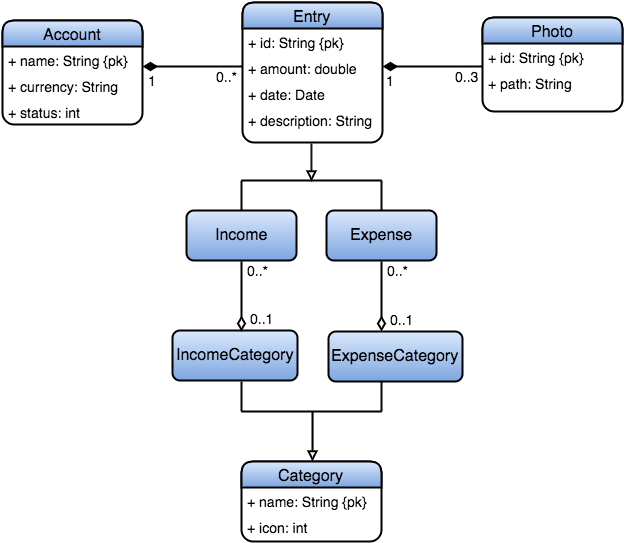
Before: imagenes/class_diagram_mobile.png, a diagram exported from draw.io (susana1710/libro-pasantia). Source tidied: cells renumbered, new cells last; positions are measured from the earlier drawing's top-left corner, leaving out a move shared by most shapes.
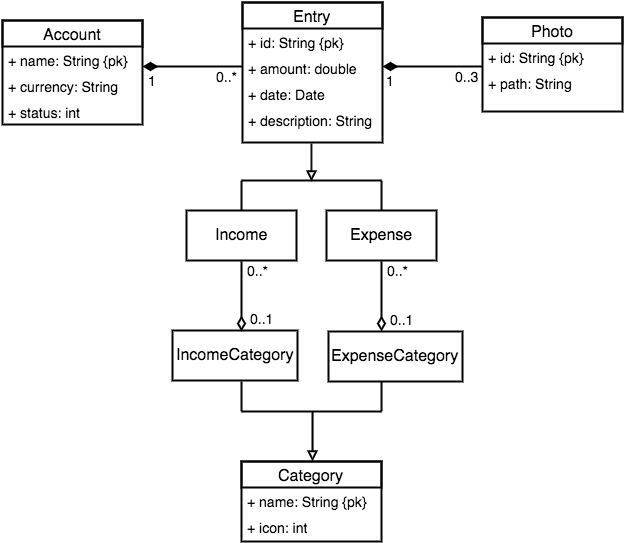
The same diagram one commit later.

Change to the diagram source:
```diff
@@ -2,7 +2,7 @@
   <root>
     <mxCell id="0" />
     <mxCell id="1" parent="0" />
-    <mxCell id="2" value="&lt;font style=&quot;font-size: 16px&quot;&gt;Account&lt;/font&gt;" style="swimlane;html=1;fontStyle=0;horizontal=1;startSize=26;swimlaneFillColor=#ffffff;rounded=1;strokeWidth=2;plain-blue;strokeColor=#000000;" parent="1" vertex="1">
+    <mxCell id="2" value="&lt;font style=&quot;font-size: 16px&quot;&gt;Account&lt;/font&gt;" style="swimlane;html=1;fontStyle=0;horizontal=1;startSize=26;swimlaneFillColor=#ffffff;rounded=0;strokeWidth=2;plain-blue;strokeColor=#000000;fillColor=none;" parent="1" vertex="1">
       <mxGeometry y="18" width="140" height="104" as="geometry" />
     </mxCell>
     <mxCell id="3" value="&lt;font style=&quot;font-size: 14px&quot;&gt;+ name: String {pk}&lt;/font&gt;" style="text;html=1;strokeColor=none;fillColor=none;align=left;verticalAlign=top;spacingLeft=4;spacingRight=4;whiteSpace=wrap;overflow=hidden;" parent="2" vertex="1">
@@ -14,7 +14,7 @@
     <mxCell id="5" value="&lt;font style=&quot;font-size: 14px&quot;&gt;+ status: int&lt;/font&gt;" style="text;html=1;strokeColor=none;fillColor=none;align=left;verticalAlign=top;spacingLeft=4;spacingRight=4;whiteSpace=wrap;overflow=hidden;" parent="2" vertex="1">
       <mxGeometry y="78" width="140" height="26" as="geometry" />
     </mxCell>
-    <mxCell id="6" value="&lt;font style=&quot;font-size: 16px&quot;&gt;Entry&lt;/font&gt;" style="swimlane;html=1;fontStyle=0;horizontal=1;startSize=26;swimlaneFillColor=#ffffff;rounded=1;strokeWidth=2;plain-blue;strokeColor=#000000;" parent="1" vertex="1">
+    <mxCell id="6" value="&lt;font style=&quot;font-size: 16px&quot;&gt;Entry&lt;/font&gt;" style="swimlane;html=1;fontStyle=0;horizontal=1;startSize=26;swimlaneFillColor=#ffffff;rounded=0;strokeWidth=2;plain-blue;strokeColor=#000000;fillColor=none;" parent="1" vertex="1">
       <mxGeometry x="240" width="140" height="140" as="geometry" />
     </mxCell>
     <mxCell id="7" value="&lt;font style=&quot;font-size: 14px&quot;&gt;+ id: String {pk}&lt;/font&gt;" style="text;html=1;strokeColor=none;fillColor=none;align=left;verticalAlign=top;spacingLeft=4;spacingRight=4;whiteSpace=wrap;overflow=hidden;" parent="6" vertex="1">
@@ -29,13 +29,13 @@
     <mxCell id="10" value="&lt;font style=&quot;font-size: 14px&quot;&gt;+ description: String&lt;/font&gt;" style="text;html=1;strokeColor=none;fillColor=none;align=left;verticalAlign=top;spacingLeft=4;spacingRight=4;whiteSpace=wrap;overflow=hidden;" parent="6" vertex="1">
       <mxGeometry y="104" width="140" height="26" as="geometry" />
     </mxCell>
-    <mxCell id="11" value="&lt;font style=&quot;font-size: 16px&quot;&gt;Income&lt;/font&gt;" style="html=1;rounded=1;strokeWidth=2;plain-blue;strokeColor=#000000;" parent="1" vertex="1">
+    <mxCell id="11" value="&lt;font style=&quot;font-size: 16px&quot;&gt;Income&lt;/font&gt;" style="html=1;rounded=0;strokeWidth=2;plain-blue;strokeColor=#000000;fillColor=none;" parent="1" vertex="1">
       <mxGeometry x="184" y="208" width="110" height="50" as="geometry" />
     </mxCell>
-    <mxCell id="12" value="&lt;font style=&quot;font-size: 16px&quot;&gt;Expense&lt;/font&gt;" style="html=1;rounded=1;strokeWidth=2;plain-blue;strokeColor=#000000;" parent="1" vertex="1">
+    <mxCell id="12" value="&lt;font style=&quot;font-size: 16px&quot;&gt;Expense&lt;/font&gt;" style="html=1;rounded=0;strokeWidth=2;plain-blue;strokeColor=#000000;fillColor=none;" parent="1" vertex="1">
       <mxGeometry x="324" y="208" width="110" height="50" as="geometry" />
     </mxCell>
-    <mxCell id="13" value="&lt;font style=&quot;font-size: 16px&quot;&gt;Category&lt;/font&gt;" style="swimlane;html=1;fontStyle=0;horizontal=1;startSize=26;swimlaneFillColor=#ffffff;rounded=1;strokeWidth=2;plain-blue;strokeColor=#000000;" parent="1" vertex="1">
+    <mxCell id="13" value="&lt;font style=&quot;font-size: 16px&quot;&gt;Category&lt;/font&gt;" style="swimlane;html=1;fontStyle=0;horizontal=1;startSize=26;swimlaneFillColor=#ffffff;rounded=0;strokeWidth=2;plain-blue;strokeColor=#000000;fillColor=none;" parent="1" vertex="1">
       <mxGeometry x="239" y="459" width="140" height="80" as="geometry" />
     </mxCell>
     <mxCell id="14" value="&lt;font style=&quot;font-size: 14px&quot;&gt;+ name: String {pk}&lt;/font&gt;" style="text;html=1;strokeColor=none;fillColor=none;align=left;verticalAlign=top;spacingLeft=4;spacingRight=4;whiteSpace=wrap;overflow=hidden;" parent="13" vertex="1">
@@ -44,13 +44,13 @@
     <mxCell id="15" value="&lt;font style=&quot;font-size: 14px&quot;&gt;+ icon: int&lt;/font&gt;" style="text;html=1;strokeColor=none;fillColor=none;align=left;verticalAlign=top;spacingLeft=4;spacingRight=4;whiteSpace=wrap;overflow=hidden;" parent="13" vertex="1">
       <mxGeometry y="52" width="140" height="26" as="geometry" />
     </mxCell>
-    <mxCell id="16" value="&lt;font style=&quot;font-size: 16px&quot;&gt;IncomeCategory&lt;/font&gt;" style="html=1;rounded=1;strokeWidth=2;plain-blue;strokeColor=#000000;" parent="1" vertex="1">
+    <mxCell id="16" value="&lt;font style=&quot;font-size: 16px&quot;&gt;IncomeCategory&lt;/font&gt;" style="html=1;rounded=0;strokeWidth=2;plain-blue;strokeColor=#000000;fillColor=none;" parent="1" vertex="1">
       <mxGeometry x="170" y="328" width="125" height="50" as="geometry" />
     </mxCell>
-    <mxCell id="17" value="&lt;font style=&quot;font-size: 16px&quot;&gt;ExpenseCategory&lt;/font&gt;" style="html=1;rounded=1;strokeWidth=2;plain-blue;strokeColor=#000000;" parent="1" vertex="1">
+    <mxCell id="17" value="&lt;font style=&quot;font-size: 16px&quot;&gt;ExpenseCategory&lt;/font&gt;" style="html=1;rounded=0;strokeWidth=2;plain-blue;strokeColor=#000000;fillColor=none;" parent="1" vertex="1">
       <mxGeometry x="326" y="329" width="134" height="50" as="geometry" />
     </mxCell>
-    <mxCell id="18" value="&lt;font style=&quot;font-size: 16px&quot;&gt;Photo&lt;/font&gt;" style="swimlane;html=1;fontStyle=0;horizontal=1;startSize=26;swimlaneFillColor=#ffffff;rounded=1;strokeWidth=2;plain-blue;strokeColor=#000000;" parent="1" vertex="1">
+    <mxCell id="18" value="&lt;font style=&quot;font-size: 16px&quot;&gt;Photo&lt;/font&gt;" style="swimlane;html=1;fontStyle=0;horizontal=1;startSize=26;swimlaneFillColor=#ffffff;rounded=0;strokeWidth=2;plain-blue;strokeColor=#000000;fillColor=none;" parent="1" vertex="1">
       <mxGeometry x="480" y="15" width="140" height="94" as="geometry" />
     </mxCell>
     <mxCell id="19" value="&lt;font style=&quot;font-size: 14px&quot;&gt;+ id: String {pk}&lt;/font&gt;&lt;div&gt;&lt;br&gt;&lt;/div&gt;" style="text;html=1;strokeColor=none;fillColor=none;align=left;verticalAlign=top;spacingLeft=4;spacingRight=4;whiteSpace=wrap;overflow=hidden;" parent="18" vertex="1">
```
